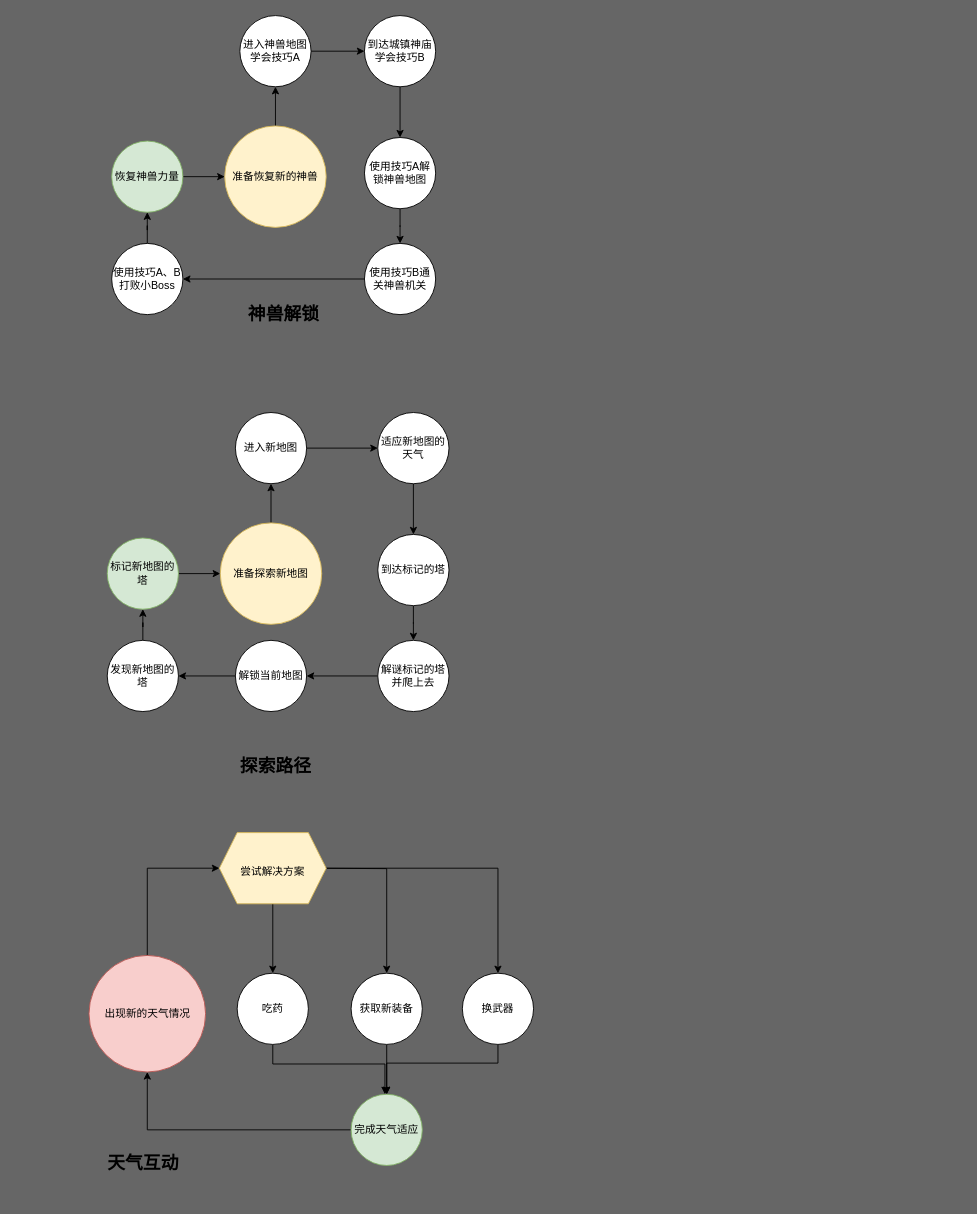
Above: drawio/breath_of_wild.drawio in iamlightart/game-review (draw.io), before the change. Source tidied: cells renumbered, new cells numbered last; positions are measured from the earlier drawing's top-left corner, leaving out a move shared by most shapes. Both pictures are drawn from the tidied source at 89%, with x=0, y=0 at pixel (88, 15).
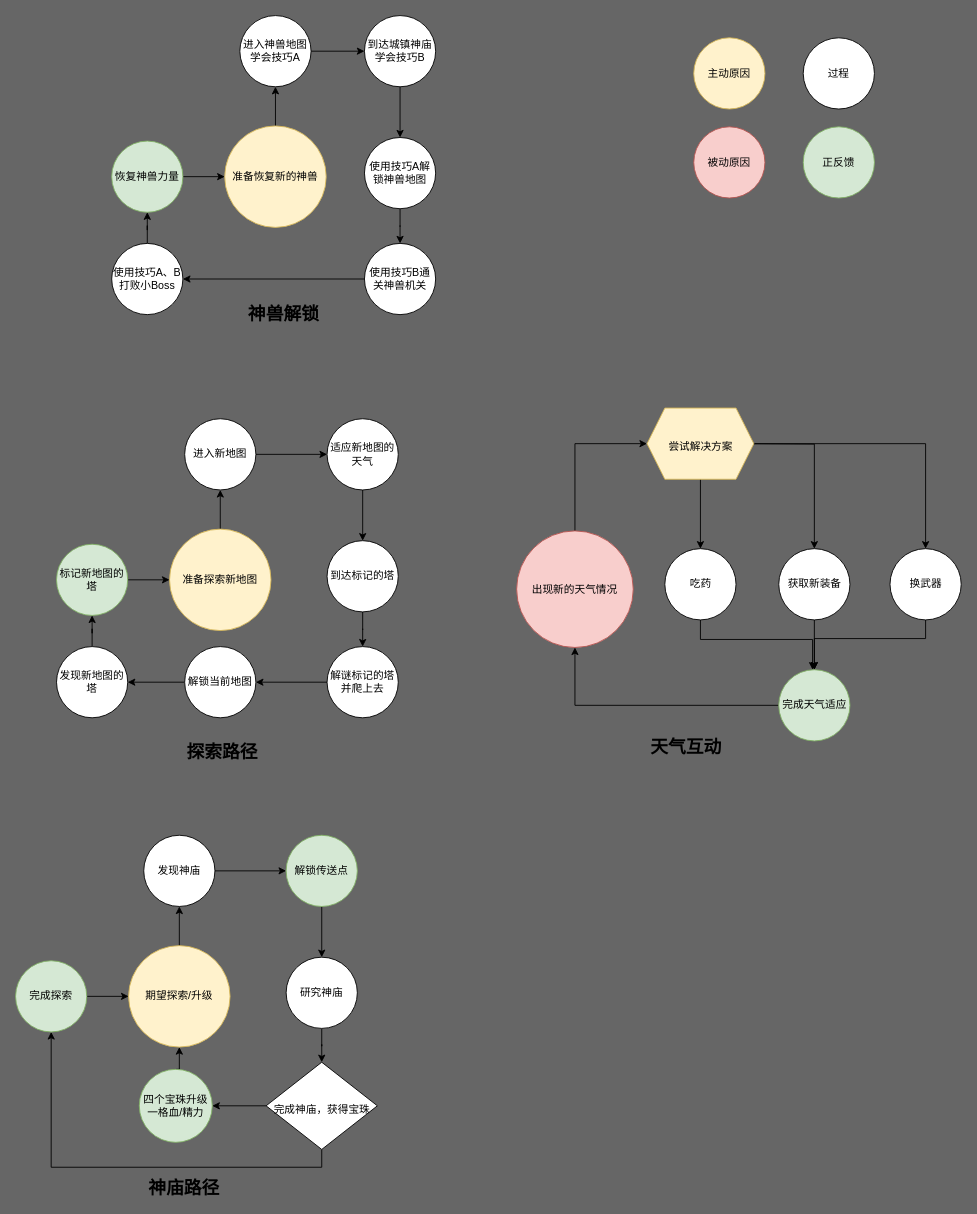
The same diagram, later.

What changed in the source:
```diff
@@
     <mxCell id="18" value="准备探索新地图" style="ellipse;whiteSpace=wrap;html=1;fillColor=#fff2cc;strokeColor=#d6b656;" parent="1" vertex="1">
-      <mxGeometry x="148" y="570" width="114" height="114" as="geometry" />
+      <mxGeometry x="91" y="577" width="114" height="114" as="geometry" />
     </mxCell>
@@
     <mxCell id="20" value="进入新地图" style="ellipse;whiteSpace=wrap;html=1;" parent="1" vertex="1">
-      <mxGeometry x="165" y="446" width="80" height="80" as="geometry" />
+      <mxGeometry x="108" y="453" width="80" height="80" as="geometry" />
     </mxCell>
@@
     <mxCell id="22" value="适应新地图的天气" style="ellipse;whiteSpace=wrap;html=1;" parent="1" vertex="1">
-      <mxGeometry x="325" y="446" width="80" height="80" as="geometry" />
+      <mxGeometry x="268" y="453" width="80" height="80" as="geometry" />
     </mxCell>
@@
     <mxCell id="24" value="到达标记的塔" style="ellipse;whiteSpace=wrap;html=1;" parent="1" vertex="1">
-      <mxGeometry x="325" y="583" width="80" height="80" as="geometry" />
+      <mxGeometry x="268" y="590" width="80" height="80" as="geometry" />
     </mxCell>
@@
     <mxCell id="26" value="解谜标记的塔并爬上去" style="ellipse;whiteSpace=wrap;html=1;" parent="1" vertex="1">
-      <mxGeometry x="325" y="702" width="80" height="80" as="geometry" />
+      <mxGeometry x="268" y="709" width="80" height="80" as="geometry" />
     </mxCell>
@@
     <mxCell id="28" value="发现新地图的塔" style="ellipse;whiteSpace=wrap;html=1;" parent="1" vertex="1">
-      <mxGeometry x="21" y="702" width="80" height="80" as="geometry" />
+      <mxGeometry x="-36" y="709" width="80" height="80" as="geometry" />
     </mxCell>
@@
     <mxCell id="30" value="标记新地图的塔" style="ellipse;whiteSpace=wrap;html=1;fillColor=#d5e8d4;strokeColor=#82b366;" parent="1" vertex="1">
-      <mxGeometry x="21" y="587" width="80" height="80" as="geometry" />
+      <mxGeometry x="-36" y="594" width="80" height="80" as="geometry" />
     </mxCell>
     <mxCell id="31" value="&lt;font style=&quot;font-size: 20px&quot;&gt;&lt;b&gt;探索路径&lt;/b&gt;&lt;/font&gt;" style="text;html=1;align=center;verticalAlign=middle;strokeColor=none;fillColor=none;" parent="1" vertex="1">
-      <mxGeometry x="165" y="832" width="90" height="20" as="geometry" />
+      <mxGeometry x="105" y="817" width="90" height="20" as="geometry" />
     </mxCell>
@@
     <mxCell id="33" value="解锁当前地图" style="ellipse;whiteSpace=wrap;html=1;" parent="1" vertex="1">
-      <mxGeometry x="165" y="702" width="80" height="80" as="geometry" />
+      <mxGeometry x="108" y="709" width="80" height="80" as="geometry" />
     </mxCell>
@@
     <mxCell id="35" value="出现新的天气情况" style="ellipse;whiteSpace=wrap;html=1;fillColor=#f8cecc;strokeColor=#b85450;" parent="1" vertex="1">
-      <mxGeometry x="0.5" y="1056" width="131" height="131" as="geometry" />
+      <mxGeometry x="481" y="579" width="131" height="131" as="geometry" />
     </mxCell>
@@
     <mxCell id="37" style="edgeStyle=orthogonalEdgeStyle;rounded=0;jettySize=auto;html=1;fontSize=20;" parent="1" edge="1" target="44">
       <mxGeometry relative="1" as="geometry">
-        <mxPoint x="249" y="958" as="sourcePoint" />
+        <mxPoint x="729.5" y="481" as="sourcePoint" />
       </mxGeometry>
     </mxCell>
     <mxCell id="38" style="edgeStyle=orthogonalEdgeStyle;rounded=0;jettySize=auto;html=1;fontSize=20;" parent="1" edge="1" source="39" target="41">
       <mxGeometry relative="1" as="geometry">
         <Array as="points">
-          <mxPoint x="207" y="1178" />
-          <mxPoint x="333" y="1178" />
+          <mxPoint x="687.5" y="701" />
+          <mxPoint x="813.5" y="701" />
         </Array>
       </mxGeometry>
     </mxCell>
     <mxCell id="39" value="吃药" style="ellipse;whiteSpace=wrap;html=1;" parent="1" vertex="1">
-      <mxGeometry x="167" y="1076" width="80" height="80" as="geometry" />
+      <mxGeometry x="647.5" y="599" width="80" height="80" as="geometry" />
     </mxCell>
@@
     <mxCell id="41" value="完成天气适应" style="ellipse;whiteSpace=wrap;html=1;fillColor=#d5e8d4;strokeColor=#82b366;" parent="1" vertex="1">
-      <mxGeometry x="295" y="1212" width="80" height="80" as="geometry" />
+      <mxGeometry x="775.5" y="735" width="80" height="80" as="geometry" />
     </mxCell>
     <mxCell id="42" value="&lt;font style=&quot;font-size: 20px&quot;&gt;&lt;b&gt;天气互动&lt;/b&gt;&lt;/font&gt;" style="text;html=1;align=center;verticalAlign=middle;strokeColor=none;fillColor=none;" parent="1" vertex="1">
-      <mxGeometry x="16" y="1278" width="90" height="20" as="geometry" />
+      <mxGeometry x="625.5" y="811" width="90" height="20" as="geometry" />
     </mxCell>
@@
     <mxCell id="44" value="获取新装备" style="ellipse;whiteSpace=wrap;html=1;" parent="1" vertex="1">
-      <mxGeometry x="295" y="1076" width="80" height="80" as="geometry" />
+      <mxGeometry x="775.5" y="599" width="80" height="80" as="geometry" />
     </mxCell>
     <mxCell id="45" style="edgeStyle=orthogonalEdgeStyle;rounded=0;jettySize=auto;html=1;fontSize=20;" parent="1" edge="1" source="46" target="41">
       <mxGeometry relative="1" as="geometry">
         <Array as="points">
-          <mxPoint x="460" y="1177" />
-          <mxPoint x="335" y="1177" />
+          <mxPoint x="940.5" y="700" />
+          <mxPoint x="815.5" y="700" />
         </Array>
       </mxGeometry>
     </mxCell>
     <mxCell id="46" value="换武器" style="ellipse;whiteSpace=wrap;html=1;" parent="1" vertex="1">
-      <mxGeometry x="420" y="1076" width="80" height="80" as="geometry" />
+      <mxGeometry x="900.5" y="599" width="80" height="80" as="geometry" />
     </mxCell>
@@
     <mxCell id="48" value="&lt;span style=&quot;font-size: 12px&quot;&gt;尝试解决方案&lt;/span&gt;" style="shape=hexagon;perimeter=hexagonPerimeter2;whiteSpace=wrap;html=1;fixedSize=1;fontSize=20;fillColor=#fff2cc;strokeColor=#d6b656;" parent="1" vertex="1">
-      <mxGeometry x="147" y="918" width="120" height="80" as="geometry" />
+      <mxGeometry x="627.5" y="441" width="120" height="80" as="geometry" />
     </mxCell>
+    <mxCell id="49" style="edgeStyle=orthogonalEdgeStyle;rounded=0;jettySize=auto;html=1;entryX=0.5;entryY=1;entryDx=0;entryDy=0;" parent="1" edge="1" source="50" target="52">
+      <mxGeometry relative="1" as="geometry" />
+    </mxCell>
+    <mxCell id="50" value="期望探索/升级" style="ellipse;whiteSpace=wrap;html=1;fillColor=#fff2cc;strokeColor=#d6b656;" parent="1" vertex="1">
+      <mxGeometry x="45" y="1045" width="114" height="114" as="geometry" />
+    </mxCell>
+    <mxCell id="51" style="edgeStyle=orthogonalEdgeStyle;rounded=0;jettySize=auto;html=1;" parent="1" edge="1" source="52" target="54">
+      <mxGeometry relative="1" as="geometry" />
+    </mxCell>
+    <mxCell id="52" value="发现神庙" style="ellipse;whiteSpace=wrap;html=1;" parent="1" vertex="1">
+      <mxGeometry x="62" y="921" width="80" height="80" as="geometry" />
+    </mxCell>
+    <mxCell id="53" style="edgeStyle=orthogonalEdgeStyle;rounded=0;jettySize=auto;html=1;" parent="1" edge="1" source="54" target="56">
+      <mxGeometry relative="1" as="geometry" />
+    </mxCell>
+    <mxCell id="54" value="解锁传送点" style="ellipse;whiteSpace=wrap;html=1;fillColor=#d5e8d4;strokeColor=#82b366;" parent="1" vertex="1">
+      <mxGeometry x="222" y="921" width="80" height="80" as="geometry" />
+    </mxCell>
+    <mxCell id="55" style="edgeStyle=orthogonalEdgeStyle;rounded=0;jettySize=auto;html=1;entryX=0.5;entryY=0;entryDx=0;entryDy=0;" parent="1" edge="1" source="56" target="64">
+      <mxGeometry relative="1" as="geometry" />
+    </mxCell>
+    <mxCell id="56" value="研究神庙" style="ellipse;whiteSpace=wrap;html=1;" parent="1" vertex="1">
+      <mxGeometry x="222" y="1058" width="80" height="80" as="geometry" />
+    </mxCell>
+    <mxCell id="57" style="edgeStyle=orthogonalEdgeStyle;rounded=0;jettySize=auto;html=1;fontSize=20;entryX=1;entryY=0.5;entryDx=0;entryDy=0;exitX=0;exitY=0.5;exitDx=0;exitDy=0;" parent="1" edge="1" source="64" target="60">
+      <mxGeometry relative="1" as="geometry" />
+    </mxCell>
+    <mxCell id="58" style="edgeStyle=orthogonalEdgeStyle;rounded=0;jettySize=auto;html=1;exitX=0.5;exitY=1;exitDx=0;exitDy=0;" parent="1" edge="1" source="64" target="62">
+      <mxGeometry relative="1" as="geometry" />
+    </mxCell>
+    <mxCell id="59" style="edgeStyle=orthogonalEdgeStyle;rounded=0;jettySize=auto;html=1;exitX=0.5;exitY=0;exitDx=0;exitDy=0;entryX=0.5;entryY=1;entryDx=0;entryDy=0;fontSize=20;" parent="1" edge="1" source="60" target="50">
+      <mxGeometry relative="1" as="geometry" />
+    </mxCell>
+    <mxCell id="60" value="四个宝珠升级一格血/精力" style="ellipse;whiteSpace=wrap;html=1;fillColor=#d5e8d4;strokeColor=#82b366;" parent="1" vertex="1">
+      <mxGeometry x="57" y="1184" width="82" height="82" as="geometry" />
+    </mxCell>
+    <mxCell id="61" style="edgeStyle=orthogonalEdgeStyle;rounded=0;jettySize=auto;html=1;" parent="1" edge="1" source="62" target="50">
+      <mxGeometry relative="1" as="geometry" />
+    </mxCell>
+    <mxCell id="62" value="完成探索" style="ellipse;whiteSpace=wrap;html=1;fillColor=#d5e8d4;strokeColor=#82b366;" parent="1" vertex="1">
+      <mxGeometry x="-82" y="1062" width="80" height="80" as="geometry" />
+    </mxCell>
+    <mxCell id="63" value="&lt;font style=&quot;font-size: 20px&quot;&gt;&lt;b&gt;神庙路径&lt;/b&gt;&lt;/font&gt;" style="text;html=1;align=center;verticalAlign=middle;strokeColor=none;fillColor=none;" parent="1" vertex="1">
+      <mxGeometry x="62" y="1307" width="90" height="20" as="geometry" />
+    </mxCell>
+    <mxCell id="64" value="&lt;span style=&quot;font-size: 12px&quot;&gt;完成神庙，获得宝珠&lt;/span&gt;" style="rhombus;whiteSpace=wrap;html=1;fontSize=20;" parent="1" vertex="1">
+      <mxGeometry x="199.5" y="1176" width="125" height="98" as="geometry" />
+    </mxCell>
+    <mxCell id="65" value="主动原因" style="ellipse;whiteSpace=wrap;html=1;fillColor=#fff2cc;strokeColor=#d6b656;" parent="1" vertex="1">
+      <mxGeometry x="680" y="25" width="80" height="80" as="geometry" />
+    </mxCell>
+    <mxCell id="66" value="被动原因" style="ellipse;whiteSpace=wrap;html=1;fillColor=#f8cecc;strokeColor=#b85450;" parent="1" vertex="1">
+      <mxGeometry x="680" y="125" width="80" height="80" as="geometry" />
+    </mxCell>
+    <mxCell id="67" value="正反馈" style="ellipse;whiteSpace=wrap;html=1;fillColor=#d5e8d4;strokeColor=#82b366;" parent="1" vertex="1">
+      <mxGeometry x="803" y="125" width="80" height="80" as="geometry" />
+    </mxCell>
+    <mxCell id="68" value="过程" style="ellipse;whiteSpace=wrap;html=1;" parent="1" vertex="1">
+      <mxGeometry x="803" y="25" width="80" height="80" as="geometry" />
+    </mxCell>
```
